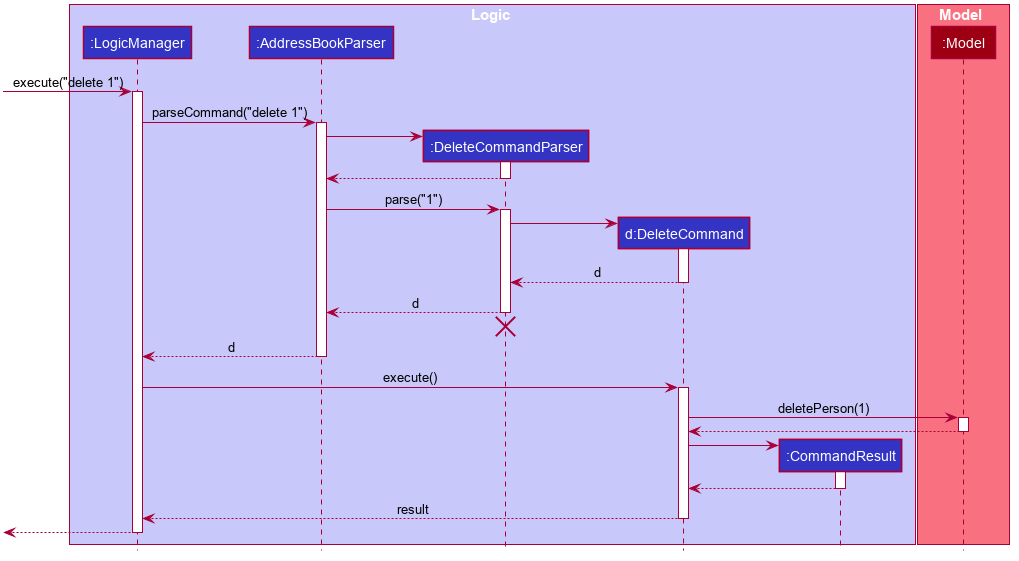
Before: docs/images/DeleteSequenceDiagram.png, a diagram exported from PlantUML (nus-cs2103-AY1920S1/addressbook-level3).
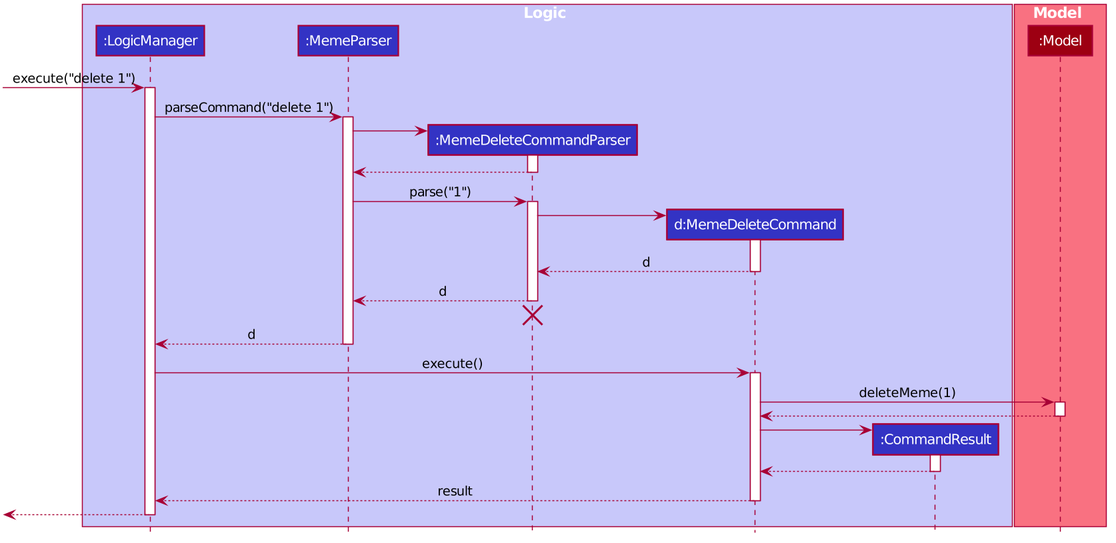
The same file after the commit.

Change to the diagram source:
```diff
@@ -1,4 +1,5 @@
 @startuml
+scale 1.5
 
 
 
@@ -50,9 +51,9 @@
 
 box Logic #C8C8FA
 participant ":LogicManager" as LogicManager #3333C4
-participant ":AddressBookParser" as AddressBookParser #3333C4
-participant ":DeleteCommandParser" as DeleteCommandParser #3333C4
-participant "d:DeleteCommand" as DeleteCommand #3333C4
+participant ":MemeParser" as MemeParser #3333C4
+participant ":MemeDeleteCommandParser" as MemeDeleteCommandParser #3333C4
+participant "d:MemeDeleteCommand" as MemeDeleteCommand #3333C4
 participant ":CommandResult" as CommandResult #3333C4
 end box
 
@@ -63,52 +64,52 @@
 [-> LogicManager : execute("delete 1")
 activate LogicManager
 
-LogicManager -> AddressBookParser : parseCommand("delete 1")
-activate AddressBookParser
+LogicManager -> MemeParser : parseCommand("delete 1")
+activate MemeParser
 
-create DeleteCommandParser
-AddressBookParser -> DeleteCommandParser
-activate DeleteCommandParser
+create MemeDeleteCommandParser
+MemeParser -> MemeDeleteCommandParser
+activate MemeDeleteCommandParser
 
-DeleteCommandParser --> AddressBookParser
-deactivate DeleteCommandParser
+MemeDeleteCommandParser --> MemeParser
+deactivate MemeDeleteCommandParser
 
-AddressBookParser -> DeleteCommandParser : parse("1")
-activate DeleteCommandParser
+MemeParser -> MemeDeleteCommandParser : parse("1")
+activate MemeDeleteCommandParser
 
-create DeleteCommand
-DeleteCommandParser -> DeleteCommand
-activate DeleteCommand
+create MemeDeleteCommand
+MemeDeleteCommandParser -> MemeDeleteCommand
+activate MemeDeleteCommand
 
-DeleteCommand --> DeleteCommandParser : d
-deactivate DeleteCommand
+MemeDeleteCommand --> MemeDeleteCommandParser : d
+deactivate MemeDeleteCommand
 
-DeleteCommandParser --> AddressBookParser : d
-deactivate DeleteCommandParser
-DeleteCommandParser -[hidden]-> AddressBookParser
-destroy DeleteCommandParser
+MemeDeleteCommandParser --> MemeParser : d
+deactivate MemeDeleteCommandParser
+MemeDeleteCommandParser -[hidden]-> MemeParser
+destroy MemeDeleteCommandParser
 
-AddressBookParser --> LogicManager : d
-deactivate AddressBookParser
+MemeParser --> LogicManager : d
+deactivate MemeParser
 
-LogicManager -> DeleteCommand : execute()
-activate DeleteCommand
+LogicManager -> MemeDeleteCommand : execute()
+activate MemeDeleteCommand
 
-DeleteCommand -> Model : deletePerson(1)
+MemeDeleteCommand -> Model : deleteMeme(1)
 activate Model
 
-Model --> DeleteCommand
+Model --> MemeDeleteCommand
 deactivate Model
 
 create CommandResult
-DeleteCommand -> CommandResult
+MemeDeleteCommand -> CommandResult
 activate CommandResult
 
-CommandResult --> DeleteCommand
+CommandResult --> MemeDeleteCommand
 deactivate CommandResult
 
-DeleteCommand --> LogicManager : result
-deactivate DeleteCommand
+MemeDeleteCommand --> LogicManager : result
+deactivate MemeDeleteCommand
 
 [<--LogicManager
 deactivate LogicManager
```
